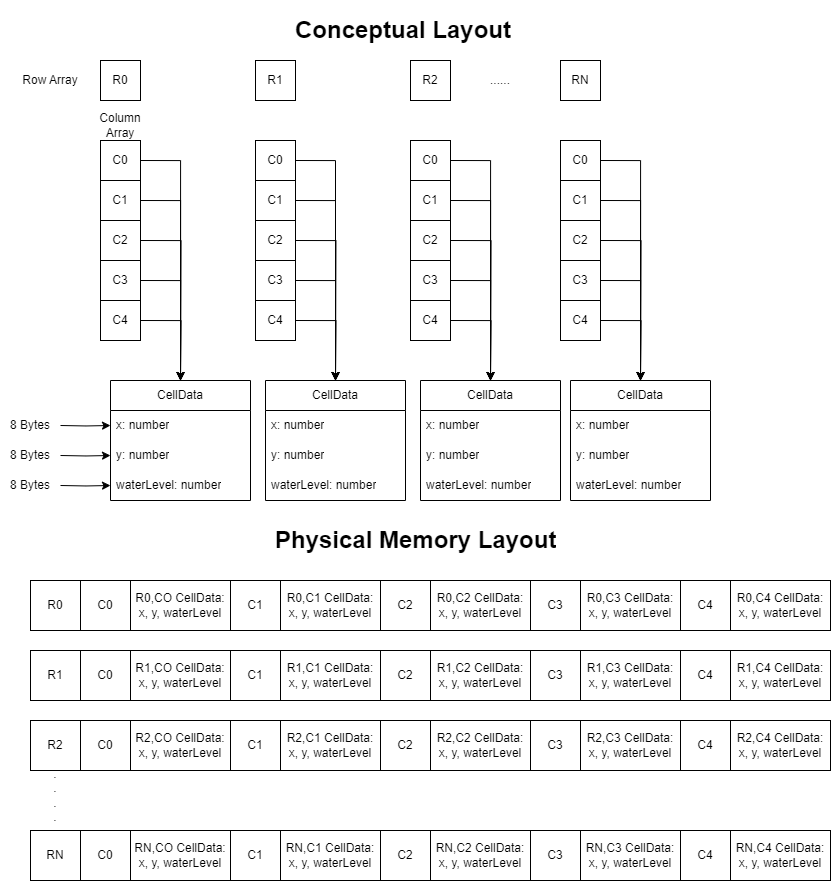
Earlier version of the draw.io export AoSDiagram.png (aplaxco1/CMPM121-FinalProject-Group5). Source tidied: cells renumbered, new cells last; positions are measured from the earlier drawing's top-left corner, leaving out a move shared by most shapes.
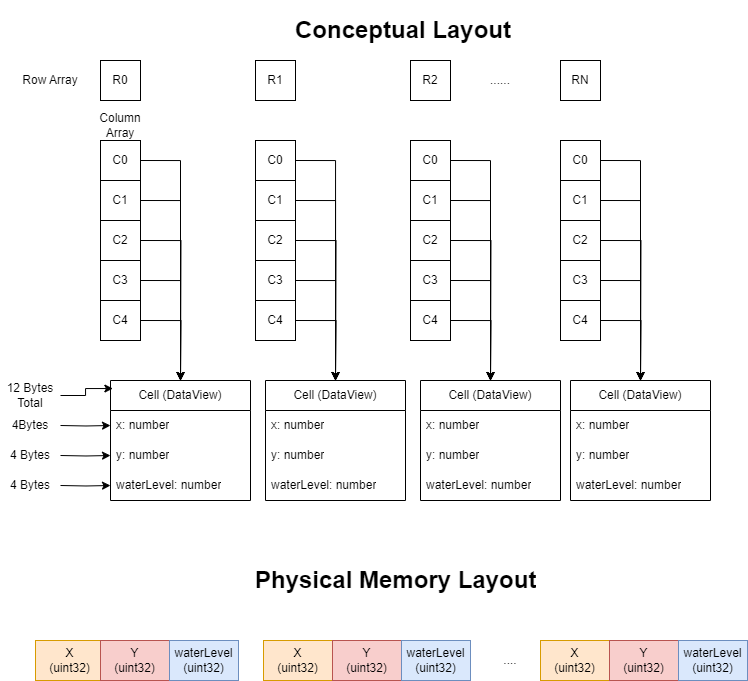
Later version of the same file.

Diff of the diagram source:
```diff
@@ -69,7 +69,7 @@
     <mxCell id="22" value="C4" style="text;html=1;strokeColor=none;fillColor=none;align=center;verticalAlign=middle;whiteSpace=wrap;rounded=0;" parent="1" vertex="1">
       <mxGeometry x="90" y="295" width="60" height="30" as="geometry" />
     </mxCell>
-    <mxCell id="23" value="CellData" style="swimlane;fontStyle=0;horizontal=1;startSize=30;whiteSpace=wrap;html=1;" parent="1" vertex="1">
+    <mxCell id="23" value="Cell (DataView)" style="swimlane;fontStyle=0;horizontal=1;startSize=30;whiteSpace=wrap;html=1;" parent="1" vertex="1">
       <mxGeometry x="110" y="370" width="140" height="120" as="geometry" />
     </mxCell>
     <mxCell id="24" value="x: number" style="text;strokeColor=none;fillColor=none;align=left;verticalAlign=middle;spacingLeft=4;spacingRight=4;overflow=hidden;points=[[0,0.5],[1,0.5]];portConstraint=eastwest;whiteSpace=wrap;html=1;" parent="23" vertex="1">
@@ -130,7 +130,7 @@
     <mxCell id="41" value="C4" style="text;html=1;strokeColor=none;fillColor=none;align=center;verticalAlign=middle;whiteSpace=wrap;rounded=0;" parent="1" vertex="1">
       <mxGeometry x="245" y="295" width="60" height="30" as="geometry" />
     </mxCell>
-    <mxCell id="42" value="CellData" style="swimlane;fontStyle=0;horizontal=1;startSize=30;whiteSpace=wrap;html=1;" parent="1" vertex="1">
+    <mxCell id="42" value="Cell (DataView)" style="swimlane;fontStyle=0;horizontal=1;startSize=30;whiteSpace=wrap;html=1;" parent="1" vertex="1">
       <mxGeometry x="265" y="370" width="140" height="120" as="geometry" />
     </mxCell>
     <mxCell id="43" value="x: number" style="text;strokeColor=none;fillColor=none;align=left;verticalAlign=middle;spacingLeft=4;spacingRight=4;overflow=hidden;whiteSpace=wrap;html=1;" parent="42" vertex="1">
@@ -197,7 +197,7 @@
     <mxCell id="62" value="C4" style="text;html=1;strokeColor=none;fillColor=none;align=center;verticalAlign=middle;whiteSpace=wrap;rounded=0;" parent="1" vertex="1">
       <mxGeometry x="400" y="295" width="60" height="30" as="geometry" />
     </mxCell>
-    <mxCell id="63" value="CellData" style="swimlane;fontStyle=0;horizontal=1;startSize=30;whiteSpace=wrap;html=1;" parent="1" vertex="1">
+    <mxCell id="63" value="Cell (DataView)" style="swimlane;fontStyle=0;horizontal=1;startSize=30;whiteSpace=wrap;html=1;" parent="1" vertex="1">
       <mxGeometry x="420" y="370" width="140" height="120" as="geometry" />
     </mxCell>
     <mxCell id="64" value="x: number" style="text;strokeColor=none;fillColor=none;align=left;verticalAlign=middle;spacingLeft=4;spacingRight=4;overflow=hidden;whiteSpace=wrap;html=1;" parent="63" vertex="1">
@@ -264,7 +264,7 @@
     <mxCell id="83" value="C4" style="text;html=1;strokeColor=none;fillColor=none;align=center;verticalAlign=middle;whiteSpace=wrap;rounded=0;" parent="1" vertex="1">
       <mxGeometry x="550" y="295" width="60" height="30" as="geometry" />
     </mxCell>
-    <mxCell id="84" value="CellData" style="swimlane;fontStyle=0;horizontal=1;startSize=30;whiteSpace=wrap;html=1;" parent="1" vertex="1">
+    <mxCell id="84" value="Cell (DataView)" style="swimlane;fontStyle=0;horizontal=1;startSize=30;whiteSpace=wrap;html=1;" parent="1" vertex="1">
       <mxGeometry x="570" y="370" width="140" height="120" as="geometry" />
     </mxCell>
     <mxCell id="85" value="x: number" style="text;strokeColor=none;fillColor=none;align=left;verticalAlign=middle;spacingLeft=4;spacingRight=4;overflow=hidden;whiteSpace=wrap;html=1;" parent="84" vertex="1">
@@ -284,7 +284,7 @@
         <mxPoint x="60" y="415" as="sourcePoint" />
       </mxGeometry>
     </mxCell>
-    <mxCell id="90" value="8 Bytes" style="text;html=1;strokeColor=none;fillColor=none;align=center;verticalAlign=middle;whiteSpace=wrap;rounded=0;" parent="1" vertex="1">
+    <mxCell id="90" value="4Bytes" style="text;html=1;strokeColor=none;fillColor=none;align=center;verticalAlign=middle;whiteSpace=wrap;rounded=0;" parent="1" vertex="1">
       <mxGeometry y="400" width="60" height="30" as="geometry" />
     </mxCell>
     <mxCell id="91" style="edgeStyle=orthogonalEdgeStyle;rounded=0;jettySize=auto;html=1;entryX=0;entryY=0.5;entryDx=0;entryDy=0;" parent="1" edge="1" target="25">
@@ -292,7 +292,7 @@
         <mxPoint x="60" y="445" as="sourcePoint" />
       </mxGeometry>
     </mxCell>
-    <mxCell id="92" value="8 Bytes" style="text;html=1;strokeColor=none;fillColor=none;align=center;verticalAlign=middle;whiteSpace=wrap;rounded=0;" parent="1" vertex="1">
+    <mxCell id="92" value="4 Bytes" style="text;html=1;strokeColor=none;fillColor=none;align=center;verticalAlign=middle;whiteSpace=wrap;rounded=0;" parent="1" vertex="1">
       <mxGeometry y="430" width="60" height="30" as="geometry" />
     </mxCell>
     <mxCell id="93" style="edgeStyle=orthogonalEdgeStyle;rounded=0;jettySize=auto;html=1;entryX=0;entryY=0.5;entryDx=0;entryDy=0;" parent="1" edge="1" target="26">
@@ -300,149 +300,50 @@
         <mxPoint x="60" y="475" as="sourcePoint" />
       </mxGeometry>
     </mxCell>
-    <mxCell id="94" value="8 Bytes" style="text;html=1;strokeColor=none;fillColor=none;align=center;verticalAlign=middle;whiteSpace=wrap;rounded=0;" parent="1" vertex="1">
+    <mxCell id="94" value="4 Bytes" style="text;html=1;strokeColor=none;fillColor=none;align=center;verticalAlign=middle;whiteSpace=wrap;rounded=0;" parent="1" vertex="1">
       <mxGeometry y="460" width="60" height="30" as="geometry" />
     </mxCell>
     <mxCell id="95" value="&lt;h1&gt;Conceptual Layout&lt;/h1&gt;" style="text;html=1;strokeColor=none;fillColor=none;spacing=5;spacingTop=-20;whiteSpace=wrap;overflow=hidden;rounded=0;" parent="1" vertex="1">
       <mxGeometry x="290" width="250" height="50" as="geometry" />
     </mxCell>
-    <mxCell id="96" value="R0" style="whiteSpace=wrap;html=1;" parent="1" vertex="1">
-      <mxGeometry x="30" y="570" width="50" height="50" as="geometry" />
-    </mxCell>
-    <mxCell id="97" value="C0" style="whiteSpace=wrap;html=1;" parent="1" vertex="1">
-      <mxGeometry x="80" y="570" width="50" height="50" as="geometry" />
-    </mxCell>
-    <mxCell id="98" value="R0,CO CellData: x, y, waterLevel" style="rounded=0;whiteSpace=wrap;html=1;" parent="1" vertex="1">
-      <mxGeometry x="130" y="570" width="100" height="50" as="geometry" />
-    </mxCell>
-    <mxCell id="99" value="C1" style="whiteSpace=wrap;html=1;" parent="1" vertex="1">
-      <mxGeometry x="230" y="570" width="50" height="50" as="geometry" />
-    </mxCell>
-    <mxCell id="100" value="R0,C1 CellData: x, y, waterLevel" style="rounded=0;whiteSpace=wrap;html=1;" parent="1" vertex="1">
-      <mxGeometry x="280" y="570" width="100" height="50" as="geometry" />
-    </mxCell>
-    <mxCell id="101" value="C2" style="whiteSpace=wrap;html=1;" parent="1" vertex="1">
-      <mxGeometry x="380" y="570" width="50" height="50" as="geometry" />
-    </mxCell>
-    <mxCell id="102" value="R0,C2 CellData: x, y, waterLevel" style="rounded=0;whiteSpace=wrap;html=1;" parent="1" vertex="1">
-      <mxGeometry x="430" y="570" width="100" height="50" as="geometry" />
-    </mxCell>
-    <mxCell id="103" value="C3" style="whiteSpace=wrap;html=1;" parent="1" vertex="1">
-      <mxGeometry x="530" y="570" width="50" height="50" as="geometry" />
-    </mxCell>
-    <mxCell id="104" value="R0,C3 CellData: x, y, waterLevel" style="rounded=0;whiteSpace=wrap;html=1;" parent="1" vertex="1">
-      <mxGeometry x="580" y="570" width="100" height="50" as="geometry" />
-    </mxCell>
-    <mxCell id="105" value="C4" style="whiteSpace=wrap;html=1;" parent="1" vertex="1">
-      <mxGeometry x="680" y="570" width="50" height="50" as="geometry" />
-    </mxCell>
-    <mxCell id="106" value="R0,C4 CellData: x, y, waterLevel" style="rounded=0;whiteSpace=wrap;html=1;" parent="1" vertex="1">
-      <mxGeometry x="730" y="570" width="100" height="50" as="geometry" />
-    </mxCell>
-    <mxCell id="107" value="R1" style="whiteSpace=wrap;html=1;" parent="1" vertex="1">
-      <mxGeometry x="30" y="640" width="50" height="50" as="geometry" />
-    </mxCell>
-    <mxCell id="108" value="C0" style="whiteSpace=wrap;html=1;" parent="1" vertex="1">
-      <mxGeometry x="80" y="640" width="50" height="50" as="geometry" />
-    </mxCell>
-    <mxCell id="109" value="R1,CO CellData: x, y, waterLevel" style="rounded=0;whiteSpace=wrap;html=1;" parent="1" vertex="1">
-      <mxGeometry x="130" y="640" width="100" height="50" as="geometry" />
-    </mxCell>
-    <mxCell id="110" value="C1" style="whiteSpace=wrap;html=1;" parent="1" vertex="1">
-      <mxGeometry x="230" y="640" width="50" height="50" as="geometry" />
-    </mxCell>
-    <mxCell id="111" value="R1,C1 CellData: x, y, waterLevel" style="rounded=0;whiteSpace=wrap;html=1;" parent="1" vertex="1">
-      <mxGeometry x="280" y="640" width="100" height="50" as="geometry" />
-    </mxCell>
-    <mxCell id="112" value="C2" style="whiteSpace=wrap;html=1;" parent="1" vertex="1">
-      <mxGeometry x="380" y="640" width="50" height="50" as="geometry" />
-    </mxCell>
-    <mxCell id="113" value="R1,C2 CellData: x, y, waterLevel" style="rounded=0;whiteSpace=wrap;html=1;" parent="1" vertex="1">
-      <mxGeometry x="430" y="640" width="100" height="50" as="geometry" />
-    </mxCell>
-    <mxCell id="114" value="C3" style="whiteSpace=wrap;html=1;" parent="1" vertex="1">
-      <mxGeometry x="530" y="640" width="50" height="50" as="geometry" />
-    </mxCell>
-    <mxCell id="115" value="R1,C3 CellData: x, y, waterLevel" style="rounded=0;whiteSpace=wrap;html=1;" parent="1" vertex="1">
-      <mxGeometry x="580" y="640" width="100" height="50" as="geometry" />
-    </mxCell>
-    <mxCell id="116" value="C4" style="whiteSpace=wrap;html=1;" parent="1" vertex="1">
-      <mxGeometry x="680" y="640" width="50" height="50" as="geometry" />
-    </mxCell>
-    <mxCell id="117" value="R1,C4 CellData: x, y, waterLevel" style="rounded=0;whiteSpace=wrap;html=1;" parent="1" vertex="1">
-      <mxGeometry x="730" y="640" width="100" height="50" as="geometry" />
-    </mxCell>
-    <mxCell id="118" value="R2" style="whiteSpace=wrap;html=1;" parent="1" vertex="1">
-      <mxGeometry x="30" y="710" width="50" height="50" as="geometry" />
-    </mxCell>
-    <mxCell id="119" value="C0" style="whiteSpace=wrap;html=1;" parent="1" vertex="1">
-      <mxGeometry x="80" y="710" width="50" height="50" as="geometry" />
-    </mxCell>
-    <mxCell id="120" value="R2,CO CellData: x, y, waterLevel" style="rounded=0;whiteSpace=wrap;html=1;" parent="1" vertex="1">
-      <mxGeometry x="130" y="710" width="100" height="50" as="geometry" />
-    </mxCell>
-    <mxCell id="121" value="C1" style="whiteSpace=wrap;html=1;" parent="1" vertex="1">
-      <mxGeometry x="230" y="710" width="50" height="50" as="geometry" />
-    </mxCell>
-    <mxCell id="122" value="R2,C1 CellData: x, y, waterLevel" style="rounded=0;whiteSpace=wrap;html=1;" parent="1" vertex="1">
-      <mxGeometry x="280" y="710" width="100" height="50" as="geometry" />
-    </mxCell>
-    <mxCell id="123" value="C2" style="whiteSpace=wrap;html=1;" parent="1" vertex="1">
-      <mxGeometry x="380" y="710" width="50" height="50" as="geometry" />
-    </mxCell>
-    <mxCell id="124" value="R2,C2 CellData: x, y, waterLevel" style="rounded=0;whiteSpace=wrap;html=1;" parent="1" vertex="1">
-      <mxGeometry x="430" y="710" width="100" height="50" as="geometry" />
-    </mxCell>
-    <mxCell id="125" value="C3" style="whiteSpace=wrap;html=1;" parent="1" vertex="1">
-      <mxGeometry x="530" y="710" width="50" height="50" as="geometry" />
-    </mxCell>
-    <mxCell id="126" value="R2,C3 CellData: x, y, waterLevel" style="rounded=0;whiteSpace=wrap;html=1;" parent="1" vertex="1">
-      <mxGeometry x="580" y="710" width="100" height="50" as="geometry" />
-    </mxCell>
-    <mxCell id="127" value="C4" style="whiteSpace=wrap;html=1;" parent="1" vertex="1">
-      <mxGeometry x="680" y="710" width="50" height="50" as="geometry" />
-    </mxCell>
-    <mxCell id="128" value="R2,C4 CellData: x, y, waterLevel" style="rounded=0;whiteSpace=wrap;html=1;" parent="1" vertex="1">
-      <mxGeometry x="730" y="710" width="100" height="50" as="geometry" />
-    </mxCell>
-    <mxCell id="129" value=".&lt;br&gt;.&lt;br&gt;.&lt;br&gt;." style="text;html=1;strokeColor=none;fillColor=none;align=center;verticalAlign=middle;whiteSpace=wrap;rounded=0;" parent="1" vertex="1">
-      <mxGeometry x="25" y="770" width="60" height="30" as="geometry" />
-    </mxCell>
-    <mxCell id="130" value="RN" style="whiteSpace=wrap;html=1;" parent="1" vertex="1">
-      <mxGeometry x="30" y="820" width="50" height="50" as="geometry" />
-    </mxCell>
-    <mxCell id="131" value="C0" style="whiteSpace=wrap;html=1;" parent="1" vertex="1">
-      <mxGeometry x="80" y="820" width="50" height="50" as="geometry" />
-    </mxCell>
-    <mxCell id="132" value="RN,CO CellData: x, y, waterLevel" style="rounded=0;whiteSpace=wrap;html=1;" parent="1" vertex="1">
-      <mxGeometry x="130" y="820" width="100" height="50" as="geometry" />
-    </mxCell>
-    <mxCell id="133" value="C1" style="whiteSpace=wrap;html=1;" parent="1" vertex="1">
-      <mxGeometry x="230" y="820" width="50" height="50" as="geometry" />
-    </mxCell>
-    <mxCell id="134" value="RN,C1 CellData: x, y, waterLevel" style="rounded=0;whiteSpace=wrap;html=1;" parent="1" vertex="1">
-      <mxGeometry x="280" y="820" width="100" height="50" as="geometry" />
-    </mxCell>
-    <mxCell id="135" value="C2" style="whiteSpace=wrap;html=1;" parent="1" vertex="1">
-      <mxGeometry x="380" y="820" width="50" height="50" as="geometry" />
-    </mxCell>
-    <mxCell id="136" value="RN,C2 CellData: x, y, waterLevel" style="rounded=0;whiteSpace=wrap;html=1;" parent="1" vertex="1">
-      <mxGeometry x="430" y="820" width="100" height="50" as="geometry" />
-    </mxCell>
-    <mxCell id="137" value="C3" style="whiteSpace=wrap;html=1;" parent="1" vertex="1">
-      <mxGeometry x="530" y="820" width="50" height="50" as="geometry" />
-    </mxCell>
-    <mxCell id="138" value="RN,C3 CellData: x, y, waterLevel" style="rounded=0;whiteSpace=wrap;html=1;" parent="1" vertex="1">
-      <mxGeometry x="580" y="820" width="100" height="50" as="geometry" />
-    </mxCell>
-    <mxCell id="139" value="C4" style="whiteSpace=wrap;html=1;" parent="1" vertex="1">
-      <mxGeometry x="680" y="820" width="50" height="50" as="geometry" />
-    </mxCell>
-    <mxCell id="140" value="RN,C4 CellData: x, y, waterLevel" style="rounded=0;whiteSpace=wrap;html=1;" parent="1" vertex="1">
-      <mxGeometry x="730" y="820" width="100" height="50" as="geometry" />
-    </mxCell>
     <mxCell id="141" value="&lt;h1&gt;Physical Memory Layout&lt;/h1&gt;" style="text;html=1;strokeColor=none;fillColor=none;spacing=5;spacingTop=-20;whiteSpace=wrap;overflow=hidden;rounded=0;" parent="1" vertex="1">
-      <mxGeometry x="270" y="510" width="290" height="50" as="geometry" />
+      <mxGeometry x="250" y="550" width="290" height="50" as="geometry" />
     </mxCell>
+    <mxCell id="142" value="12 Bytes Total" style="text;html=1;strokeColor=none;fillColor=none;align=center;verticalAlign=middle;whiteSpace=wrap;rounded=0;" parent="1" vertex="1">
+      <mxGeometry y="370" width="60" height="30" as="geometry" />
+    </mxCell>
+    <mxCell id="143" style="edgeStyle=orthogonalEdgeStyle;rounded=0;jettySize=auto;html=1;exitX=1;exitY=0.5;exitDx=0;exitDy=0;entryX=0.017;entryY=0.067;entryDx=0;entryDy=0;entryPerimeter=0;" parent="1" edge="1" source="142" target="23">
+      <mxGeometry relative="1" as="geometry" />
+    </mxCell>
+    <mxCell id="144" value="X&lt;br&gt;(uint32)" style="rounded=0;whiteSpace=wrap;html=1;fillColor=#ffe6cc;strokeColor=#d79b00;" parent="1" vertex="1">
+      <mxGeometry x="35" y="630" width="69" height="40" as="geometry" />
+    </mxCell>
+    <mxCell id="145" value="Y&lt;br&gt;(uint32)" style="rounded=0;whiteSpace=wrap;html=1;fillColor=#f8cecc;strokeColor=#b85450;" parent="1" vertex="1">
+      <mxGeometry x="100" y="630" width="69" height="40" as="geometry" />
+    </mxCell>
+    <mxCell id="146" value="waterLevel&lt;br&gt;(uint32)" style="rounded=0;whiteSpace=wrap;html=1;fillColor=#dae8fc;strokeColor=#6c8ebf;" parent="1" vertex="1">
+      <mxGeometry x="169" y="630" width="69" height="40" as="geometry" />
+    </mxCell>
+    <mxCell id="147" value="X&lt;br&gt;(uint32)" style="rounded=0;whiteSpace=wrap;html=1;fillColor=#ffe6cc;strokeColor=#d79b00;" parent="1" vertex="1">
+      <mxGeometry x="263" y="630" width="69" height="40" as="geometry" />
+    </mxCell>
+    <mxCell id="148" value="Y&lt;br&gt;(uint32)" style="rounded=0;whiteSpace=wrap;html=1;fillColor=#f8cecc;strokeColor=#b85450;" parent="1" vertex="1">
+      <mxGeometry x="332" y="630" width="69" height="40" as="geometry" />
+    </mxCell>
+    <mxCell id="149" value="waterLevel&lt;br&gt;(uint32)" style="rounded=0;whiteSpace=wrap;html=1;fillColor=#dae8fc;strokeColor=#6c8ebf;" parent="1" vertex="1">
+      <mxGeometry x="401" y="630" width="69" height="40" as="geometry" />
+    </mxCell>
+    <mxCell id="150" value="X&lt;br&gt;(uint32)" style="rounded=0;whiteSpace=wrap;html=1;fillColor=#ffe6cc;strokeColor=#d79b00;" parent="1" vertex="1">
+      <mxGeometry x="540" y="630" width="69" height="40" as="geometry" />
+    </mxCell>
+    <mxCell id="151" value="Y&lt;br&gt;(uint32)" style="rounded=0;whiteSpace=wrap;html=1;fillColor=#f8cecc;strokeColor=#b85450;" parent="1" vertex="1">
+      <mxGeometry x="609" y="630" width="69" height="40" as="geometry" />
+    </mxCell>
+    <mxCell id="152" value="waterLevel&lt;br&gt;(uint32)" style="rounded=0;whiteSpace=wrap;html=1;fillColor=#dae8fc;strokeColor=#6c8ebf;" parent="1" vertex="1">
+      <mxGeometry x="678" y="630" width="69" height="40" as="geometry" />
+    </mxCell>
+    <mxCell id="153" value="...." style="text;html=1;strokeColor=none;fillColor=none;align=center;verticalAlign=middle;whiteSpace=wrap;rounded=0;" parent="1" vertex="1">
+      <mxGeometry x="480" y="635" width="60" height="30" as="geometry" />
+    </mxCell>
   </root>
 </mxGraphModel>
```
